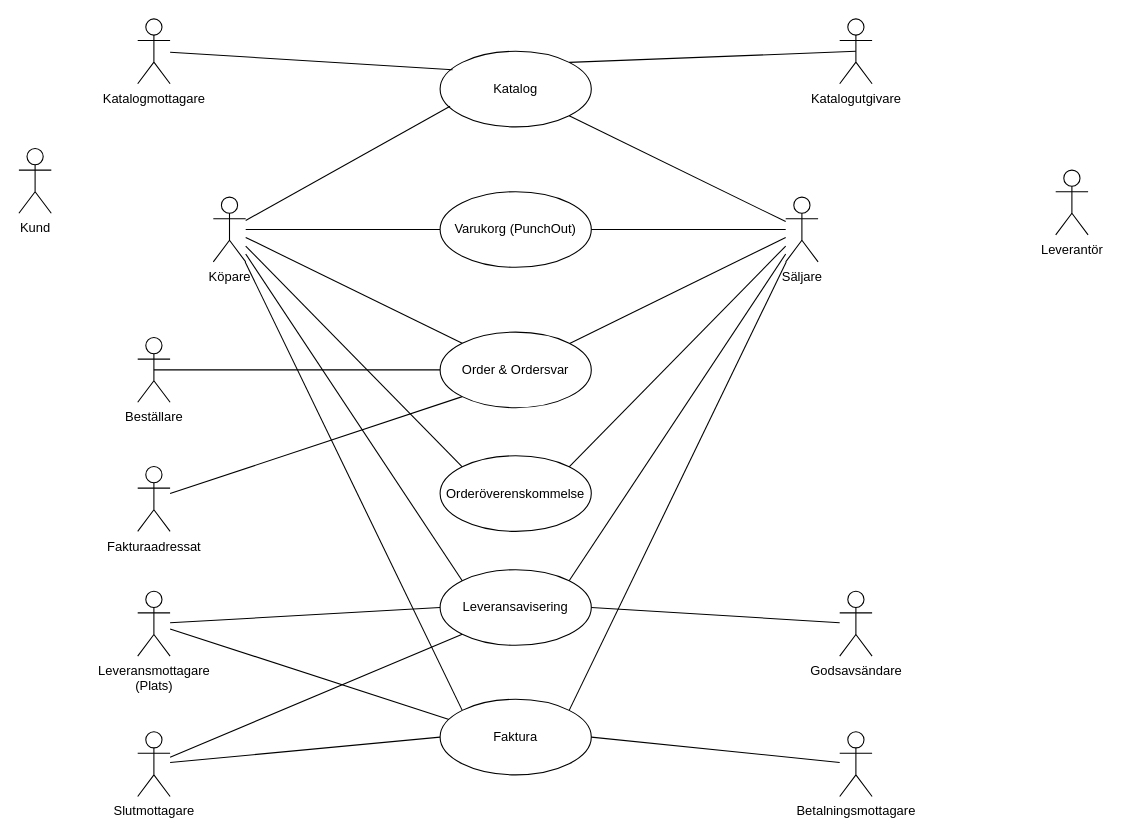
Above: teknisk-handledning/SFTI_tekn_handledning.drawio in SingleFaceToIndustry/sfti-diagrams (draw.io), before the change. Source tidied: cells renumbered, new cells numbered last; positions are measured from the earlier drawing's top-left corner, leaving out a move shared by most shapes. Both pictures are drawn from the tidied source at 108%, with x=0, y=0 at pixel (18, 18).
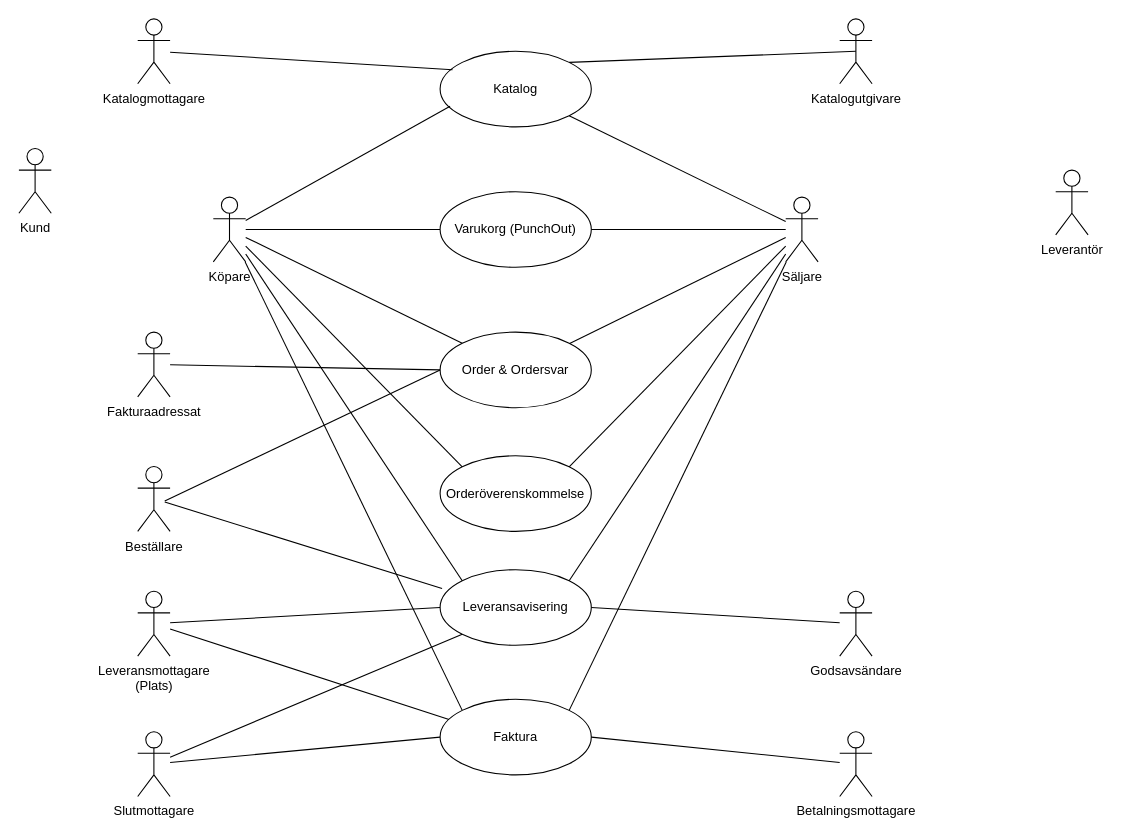
Above is the later version.

The change refers to these unchanged cells:
```xml
<mxCell id="10" value="Order &amp;amp; Ordersvar" style="ellipse;whiteSpace=wrap;html=1;" parent="1" vertex="1">
  <mxGeometry x="390" y="290" width="140" height="70" as="geometry" />
</mxCell>
<mxCell id="12" value="Leveransavisering" style="ellipse;whiteSpace=wrap;html=1;" parent="1" vertex="1">
  <mxGeometry x="390" y="510" width="140" height="70" as="geometry" />
</mxCell>
```

Change to the diagram source:
```diff
@@
     <mxCell id="26" value="Fakturaadressat" style="shape=umlActor;verticalLabelPosition=bottom;verticalAlign=top;html=1;" parent="1" vertex="1">
-      <mxGeometry x="110" y="414.5" width="30" height="60" as="geometry" />
+      <mxGeometry x="110" y="290" width="30" height="60" as="geometry" />
     </mxCell>
-    <mxCell id="27" style="edgeStyle=none;shape=connector;rounded=0;jettySize=auto;html=1;exitX=0.5;exitY=0.5;exitDx=0;exitDy=0;exitPerimeter=0;entryX=0;entryY=0.5;entryDx=0;entryDy=0;strokeColor=default;align=center;verticalAlign=middle;fontFamily=Helvetica;fontSize=11;fontColor=default;labelBackgroundColor=default;endArrow=none;endFill=0;" parent="1" edge="1" source="28" target="10">
+    <mxCell id="27" style="edgeStyle=none;shape=connector;rounded=0;jettySize=auto;html=1;entryX=0;entryY=0.5;entryDx=0;entryDy=0;strokeColor=default;align=center;verticalAlign=middle;fontFamily=Helvetica;fontSize=11;fontColor=default;labelBackgroundColor=default;endArrow=none;endFill=0;exitX=0.835;exitY=0.533;exitDx=0;exitDy=0;exitPerimeter=0;" parent="1" edge="1" source="28" target="10">
       <mxGeometry relative="1" as="geometry" />
     </mxCell>
     <mxCell id="28" value="Beställare" style="shape=umlActor;verticalLabelPosition=bottom;verticalAlign=top;html=1;" parent="1" vertex="1">
-      <mxGeometry x="110" y="295" width="30" height="60" as="geometry" />
+      <mxGeometry x="110" y="414.5" width="30" height="60" as="geometry" />
     </mxCell>
@@
-    <mxCell id="40" style="edgeStyle=none;shape=connector;rounded=0;jettySize=auto;html=1;strokeColor=default;align=center;verticalAlign=middle;fontFamily=Helvetica;fontSize=11;fontColor=default;labelBackgroundColor=default;endArrow=none;endFill=0;entryX=0;entryY=1;entryDx=0;entryDy=0;" parent="1" edge="1" source="26" target="10">
+    <mxCell id="40" style="edgeStyle=none;shape=connector;rounded=0;jettySize=auto;html=1;strokeColor=default;align=center;verticalAlign=middle;fontFamily=Helvetica;fontSize=11;fontColor=default;labelBackgroundColor=default;endArrow=none;endFill=0;entryX=0;entryY=0.5;entryDx=0;entryDy=0;" parent="1" edge="1" source="26" target="10">
       <mxGeometry relative="1" as="geometry" />
     </mxCell>
@@
+    <mxCell id="42" style="edgeStyle=none;shape=connector;rounded=0;jettySize=auto;html=1;entryX=0.013;entryY=0.249;entryDx=0;entryDy=0;strokeColor=default;align=center;verticalAlign=middle;fontFamily=Helvetica;fontSize=11;fontColor=default;labelBackgroundColor=default;endArrow=none;endFill=0;entryPerimeter=0;exitX=0.835;exitY=0.547;exitDx=0;exitDy=0;exitPerimeter=0;" parent="1" edge="1" source="28" target="12">
+      <mxGeometry relative="1" as="geometry" />
+    </mxCell>
```
